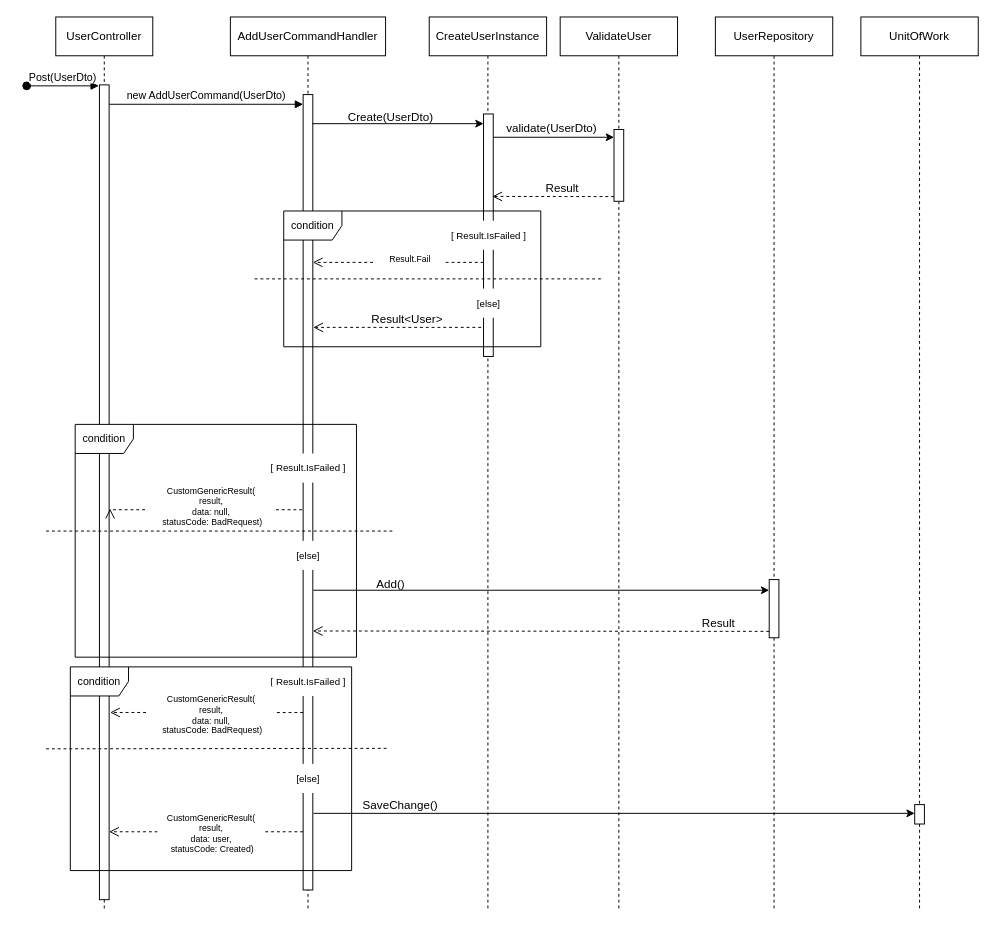
Above: Diagrams/sequenceDiagram_user_create.drawio in MahdiChoobin-81/CleanArchitecture_ASP (draw.io), before the change. Source tidied: cells renumbered, new cells numbered last; positions are measured from the earlier drawing's top-left corner, leaving out a move shared by most shapes. Both pictures are drawn from the tidied source at 97%, with x=0, y=0 at pixel (26, 16).
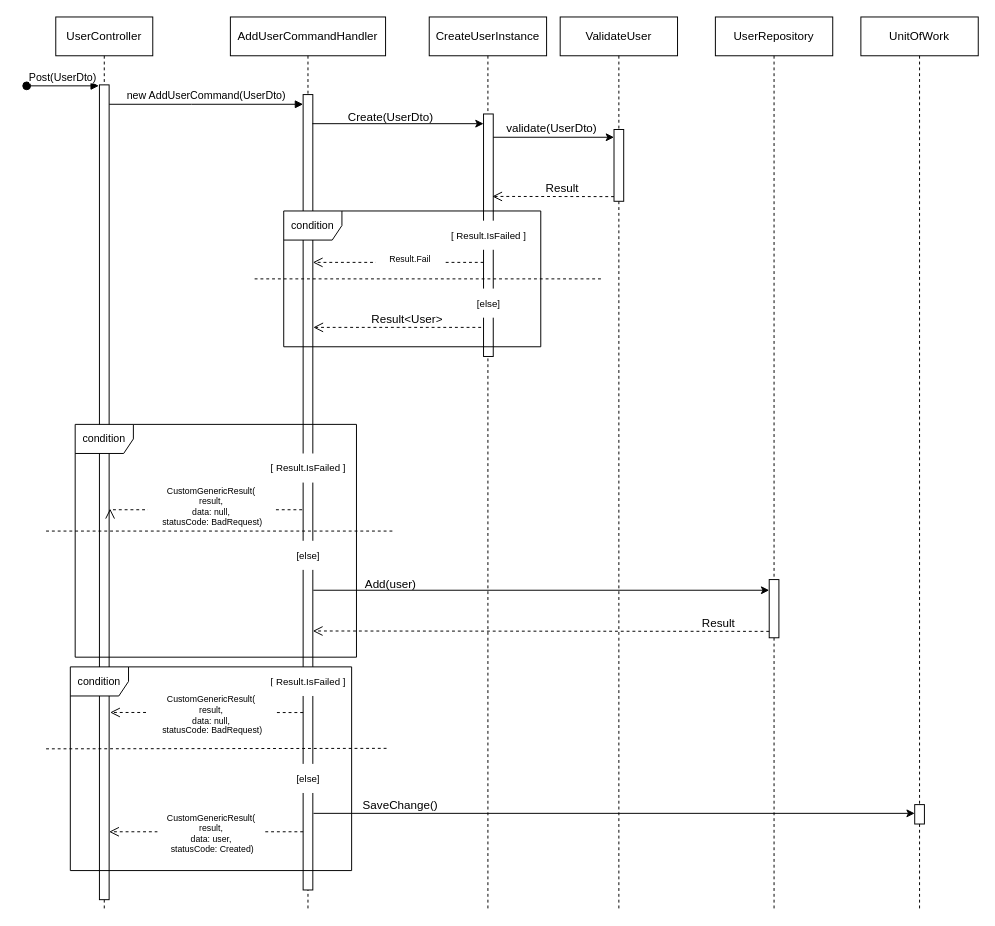
After the change.

The edit, as a diff of the source:
```diff
@@
-    <mxCell id="23" value="Add()" style="text;html=1;align=center;verticalAlign=middle;strokeColor=none;fillColor=none;" parent="1" vertex="1">
-      <mxGeometry x="350" y="570" width="50" height="30" as="geometry" />
+    <mxCell id="23" value="Add(user)" style="text;html=1;align=center;verticalAlign=middle;strokeColor=none;fillColor=none;" parent="1" vertex="1">
+      <mxGeometry x="335" y="570" width="80" height="30" as="geometry" />
     </mxCell>
```
